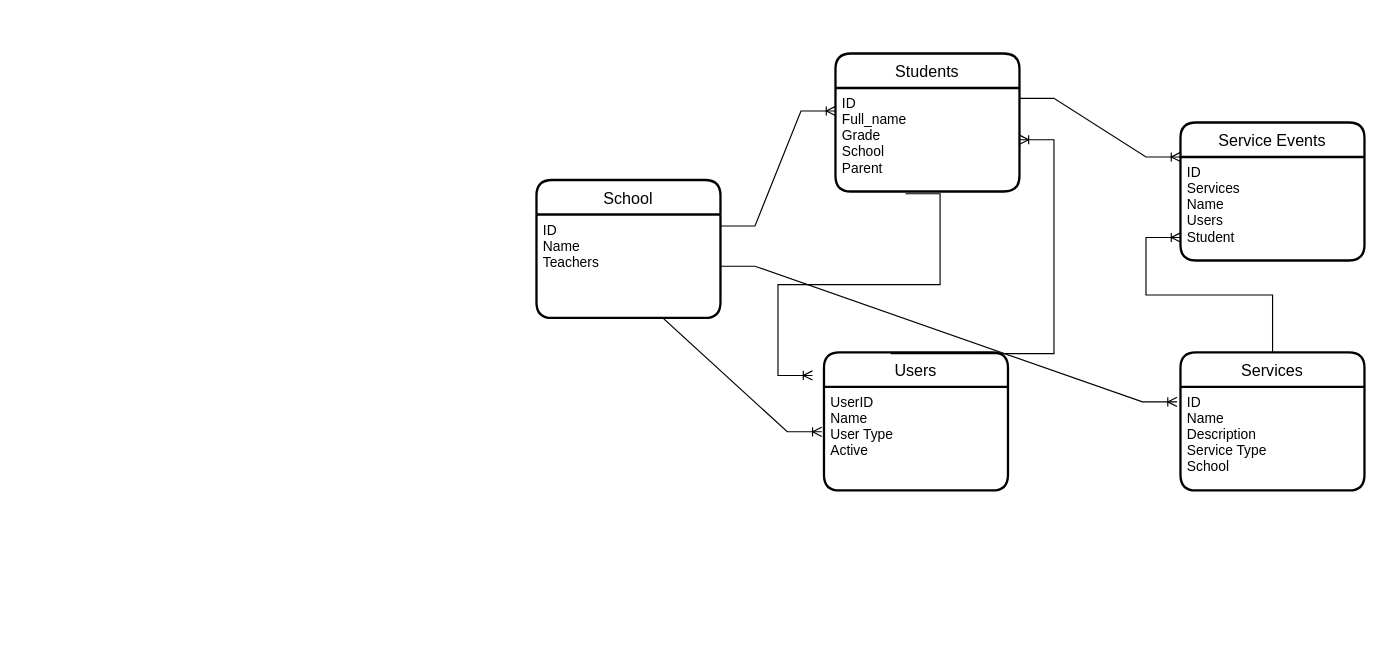
Above: page "Page-2" (2 of 3) of TestResults-5.0.x/Untitled Diagram.drawio in Muruganandhu/Taleo (draw.io), before the change. Source tidied: cells renumbered, new cells numbered last; positions are measured from the earlier drawing's top-left corner, leaving out a move shared by most shapes. Both pictures are drawn from the tidied source at 115%, with x=0, y=0 at pixel (536, 53).
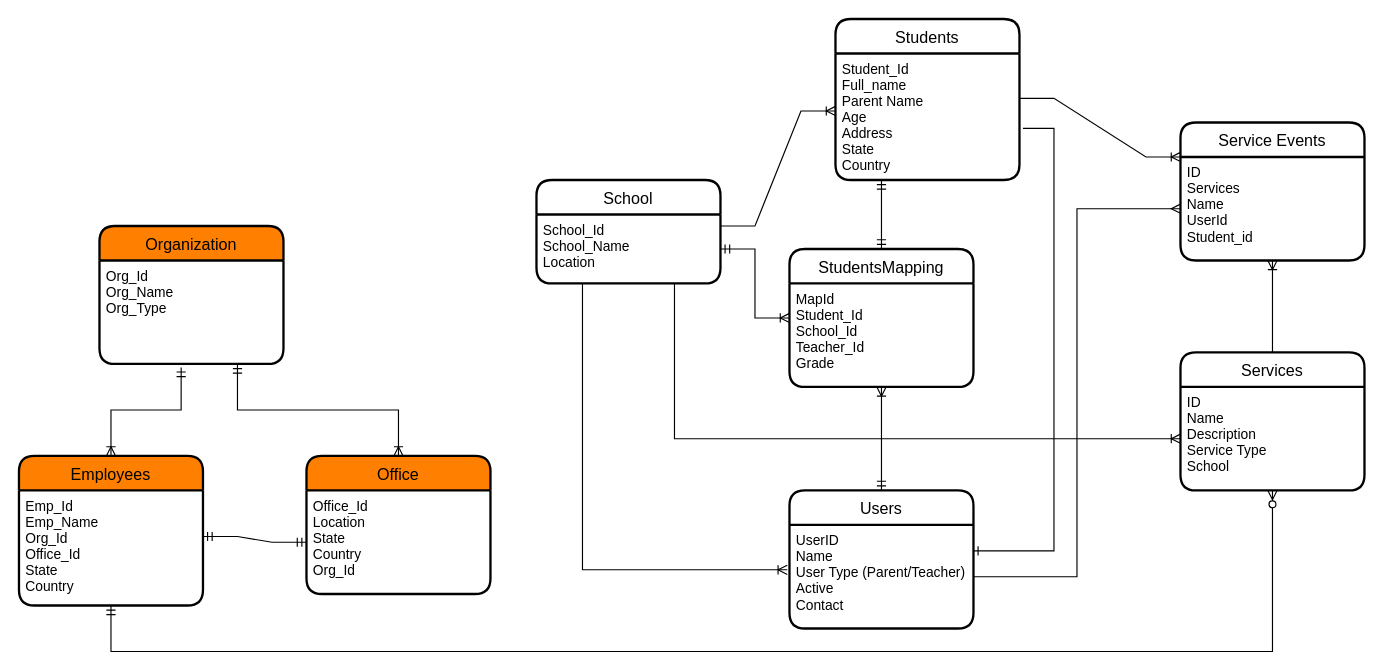
The same diagram, later.

The change refers to these unchanged cells:
```xml
<mxCell id="4" value="Services" style="swimlane;horizontal=1;startSize=30;rounded=1;fontSize=14;fontStyle=0;strokeWidth=2;shadow=0;dashed=0;align=center;" parent="1" vertex="1">
  <mxGeometry x="560" y="260" width="160" height="120" as="geometry" />
</mxCell>
<mxCell id="5" value="ID&#10;Name&#10;Description&#10;Service Type&#10;School" style="align=left;strokeColor=none;fillColor=none;spacingLeft=4;fontSize=12;verticalAlign=top;" parent="4" vertex="1">
  <mxGeometry y="30" width="160" height="90" as="geometry" />
</mxCell>
<mxCell id="10" value="Service Events" style="swimlane;horizontal=1;startSize=30;rounded=1;fontSize=14;fontStyle=0;strokeWidth=2;shadow=0;dashed=0;align=center;" parent="1" vertex="1">
  <mxGeometry x="560" y="60" width="160" height="120" as="geometry" />
</mxCell>
```

Diff of the diagram source:
```diff
@@
     <mxCell id="2" value="School" style="swimlane;horizontal=1;startSize=30;rounded=1;fontSize=14;fontStyle=0;strokeWidth=2;shadow=0;dashed=0;align=center;" parent="1" vertex="1">
-      <mxGeometry y="110" width="160" height="120" as="geometry" />
+      <mxGeometry y="110" width="160" height="90" as="geometry" />
     </mxCell>
-    <mxCell id="3" value="ID&#10;Name&#10;Teachers" style="align=left;strokeColor=none;fillColor=none;spacingLeft=4;fontSize=12;verticalAlign=top;" parent="2" vertex="1">
-      <mxGeometry y="30" width="160" height="90" as="geometry" />
+    <mxCell id="3" value="School_Id&#10;School_Name&#10;Location" style="align=left;strokeColor=none;fillColor=none;spacingLeft=4;fontSize=12;verticalAlign=top;" parent="2" vertex="1">
+      <mxGeometry y="30" width="160" height="60" as="geometry" />
     </mxCell>
@@
     <mxCell id="6" value="Students" style="swimlane;horizontal=1;startSize=30;rounded=1;fontSize=14;fontStyle=0;strokeWidth=2;shadow=0;dashed=0;align=center;" parent="1" vertex="1">
-      <mxGeometry x="260" width="160" height="120" as="geometry" />
+      <mxGeometry x="260" y="-30" width="160" height="140" as="geometry" />
     </mxCell>
-    <mxCell id="7" value="ID&#10;Full_name&#10;Grade&#10;School&#10;Parent" style="align=left;strokeColor=none;fillColor=none;spacingLeft=4;fontSize=12;verticalAlign=top;" parent="6" vertex="1">
-      <mxGeometry y="30" width="160" height="90" as="geometry" />
+    <mxCell id="7" value="Student_Id&#10;Full_name&#10;Parent Name&#10;Age&#10;Address&#10;State&#10;Country" style="align=left;strokeColor=none;fillColor=none;spacingLeft=4;fontSize=12;verticalAlign=top;" parent="6" vertex="1">
+      <mxGeometry y="30" width="160" height="110" as="geometry" />
     </mxCell>
     <mxCell id="8" value="Users" style="swimlane;horizontal=1;startSize=30;rounded=1;fontSize=14;fontStyle=0;strokeWidth=2;shadow=0;dashed=0;align=center;" parent="1" vertex="1">
-      <mxGeometry x="250" y="260" width="160" height="120" as="geometry" />
+      <mxGeometry x="220" y="380" width="160" height="120" as="geometry" />
     </mxCell>
-    <mxCell id="9" value="UserID&#10;Name&#10;User Type&#10;Active" style="align=left;strokeColor=none;fillColor=none;spacingLeft=4;fontSize=12;verticalAlign=top;" parent="8" vertex="1">
+    <mxCell id="9" value="UserID&#10;Name&#10;User Type (Parent/Teacher)&#10;Active&#10;Contact" style="align=left;strokeColor=none;fillColor=none;spacingLeft=4;fontSize=12;verticalAlign=top;" parent="8" vertex="1">
       <mxGeometry y="30" width="160" height="90" as="geometry" />
     </mxCell>
@@
-    <mxCell id="11" value="ID&#10;Services&#10;Name&#10;Users&#10;Student" style="align=left;strokeColor=none;fillColor=none;spacingLeft=4;fontSize=12;verticalAlign=top;" parent="10" vertex="1">
+    <mxCell id="11" value="ID&#10;Services&#10;Name&#10;UserId&#10;Student_id" style="align=left;strokeColor=none;fillColor=none;spacingLeft=4;fontSize=12;verticalAlign=top;" parent="10" vertex="1">
       <mxGeometry y="30" width="160" height="90" as="geometry" />
     </mxCell>
@@
-    <mxCell id="13" style="edgeStyle=entityRelationEdgeStyle;fontSize=12;html=1;endArrow=ERoneToMany;rounded=0;exitX=0.363;exitY=0.008;exitDx=0;exitDy=0;exitPerimeter=0;" parent="1" edge="1" source="8" target="7">
-      <mxGeometry relative="1" as="geometry" />
-    </mxCell>
-    <mxCell id="14" style="edgeStyle=entityRelationEdgeStyle;fontSize=12;html=1;endArrow=ERoneToMany;rounded=0;entryX=-0.012;entryY=0.433;entryDx=0;entryDy=0;entryPerimeter=0;exitX=0.5;exitY=1;exitDx=0;exitDy=0;" parent="1" edge="1" source="3" target="9">
-      <mxGeometry relative="1" as="geometry" />
+    <mxCell id="14" style="edgeStyle=elbowEdgeStyle;fontSize=12;html=1;endArrow=ERoneToMany;rounded=0;entryX=-0.012;entryY=0.433;entryDx=0;entryDy=0;entryPerimeter=0;exitX=0.25;exitY=1;exitDx=0;exitDy=0;" parent="1" edge="1" source="3" target="9">
+      <mxGeometry relative="1" as="geometry">
+        <Array as="points">
+          <mxPoint x="40" y="340" />
+        </Array>
+      </mxGeometry>
     </mxCell>
@@
-    <mxCell id="16" style="edgeStyle=entityRelationEdgeStyle;fontSize=12;html=1;endArrow=ERoneToMany;rounded=0;exitX=0.313;exitY=0;exitDx=0;exitDy=0;exitPerimeter=0;" parent="1" edge="1" source="4">
-      <mxGeometry relative="1" as="geometry">
-        <mxPoint x="560" y="160" as="targetPoint" />
-      </mxGeometry>
+    <mxCell id="16" style="edgeStyle=orthogonalEdgeStyle;fontSize=12;html=1;endArrow=ERoneToMany;rounded=0;exitX=0.5;exitY=0;exitDx=0;exitDy=0;entryX=0.5;entryY=1;entryDx=0;entryDy=0;" parent="1" edge="1" source="4" target="11">
+      <mxGeometry relative="1" as="geometry" />
     </mxCell>
-    <mxCell id="17" style="edgeStyle=entityRelationEdgeStyle;fontSize=12;html=1;endArrow=ERoneToMany;rounded=0;exitX=1;exitY=0.5;exitDx=0;exitDy=0;entryX=-0.019;entryY=0.144;entryDx=0;entryDy=0;entryPerimeter=0;" parent="1" edge="1" source="3" target="5">
-      <mxGeometry relative="1" as="geometry" />
+    <mxCell id="17" style="edgeStyle=elbowEdgeStyle;fontSize=12;html=1;endArrow=ERoneToMany;rounded=0;exitX=0.75;exitY=1;exitDx=0;exitDy=0;elbow=vertical;entryX=0;entryY=0.5;entryDx=0;entryDy=0;" parent="1" edge="1" source="3" target="5">
+      <mxGeometry relative="1" as="geometry">
+        <Array as="points">
+          <mxPoint x="350" y="335" />
+        </Array>
+      </mxGeometry>
     </mxCell>
-    <mxCell id="18" style="edgeStyle=entityRelationEdgeStyle;fontSize=12;html=1;endArrow=ERoneToMany;rounded=0;exitX=0.381;exitY=1.022;exitDx=0;exitDy=0;exitPerimeter=0;" parent="1" edge="1" source="7">
-      <mxGeometry relative="1" as="geometry">
-        <mxPoint x="240" y="280" as="targetPoint" />
-      </mxGeometry>
-    </mxCell>
+    <mxCell id="19" value="Organization" style="swimlane;horizontal=1;startSize=30;rounded=1;fontSize=14;fontStyle=0;strokeWidth=2;shadow=0;dashed=0;align=center;fillColor=#FF8000;" parent="1" vertex="1">
+      <mxGeometry x="-380" y="150" width="160" height="120" as="geometry" />
+    </mxCell>
+    <mxCell id="20" value="Org_Id&#10;Org_Name&#10;Org_Type" style="align=left;strokeColor=none;fillColor=none;spacingLeft=4;fontSize=12;verticalAlign=top;" parent="19" vertex="1">
+      <mxGeometry y="30" width="160" height="90" as="geometry" />
+    </mxCell>
+    <mxCell id="21" value="Employees" style="swimlane;horizontal=1;startSize=30;rounded=1;fontSize=14;fontStyle=0;strokeWidth=2;shadow=0;dashed=0;align=center;fillColor=#FF8000;" parent="1" vertex="1">
+      <mxGeometry x="-450" y="350" width="160" height="130" as="geometry" />
+    </mxCell>
+    <mxCell id="22" value="Emp_Id&#10;Emp_Name&#10;Org_Id&#10;Office_Id&#10;State&#10;Country" style="align=left;strokeColor=none;fillColor=none;spacingLeft=4;fontSize=12;verticalAlign=top;" parent="21" vertex="1">
+      <mxGeometry y="30" width="160" height="100" as="geometry" />
+    </mxCell>
+    <mxCell id="23" value="Office" style="swimlane;horizontal=1;startSize=30;rounded=1;fontSize=14;fontStyle=0;strokeWidth=2;shadow=0;dashed=0;align=center;fillColor=#FF8000;" parent="1" vertex="1">
+      <mxGeometry x="-200" y="350" width="160" height="120" as="geometry" />
+    </mxCell>
+    <mxCell id="24" value="Office_Id&#10;Location&#10;State&#10;Country&#10;Org_Id" style="align=left;strokeColor=none;fillColor=none;spacingLeft=4;fontSize=12;verticalAlign=top;" parent="23" vertex="1">
+      <mxGeometry y="30" width="160" height="90" as="geometry" />
+    </mxCell>
+    <mxCell id="25" style="edgeStyle=orthogonalEdgeStyle;fontSize=12;html=1;endArrow=ERoneToMany;startArrow=ERmandOne;rounded=0;exitX=0.75;exitY=1;exitDx=0;exitDy=0;entryX=0.5;entryY=0;entryDx=0;entryDy=0;" parent="1" edge="1" source="20" target="23">
+      <mxGeometry relative="1" as="geometry" />
+    </mxCell>
+    <mxCell id="26" style="edgeStyle=orthogonalEdgeStyle;fontSize=12;html=1;endArrow=ERoneToMany;startArrow=ERmandOne;rounded=0;entryX=0.5;entryY=0;entryDx=0;entryDy=0;exitX=0.444;exitY=1.033;exitDx=0;exitDy=0;exitPerimeter=0;" parent="1" edge="1" source="20" target="21">
+      <mxGeometry relative="1" as="geometry" />
+    </mxCell>
+    <mxCell id="27" style="edgeStyle=entityRelationEdgeStyle;fontSize=12;html=1;endArrow=ERmandOne;startArrow=ERmandOne;rounded=0;exitX=1;exitY=0.4;exitDx=0;exitDy=0;exitPerimeter=0;entryX=0;entryY=0.5;entryDx=0;entryDy=0;" parent="1" edge="1" source="22" target="24">
+      <mxGeometry relative="1" as="geometry" />
+    </mxCell>
+    <mxCell id="28" value="StudentsMapping" style="swimlane;horizontal=1;startSize=30;rounded=1;fontSize=14;fontStyle=0;strokeWidth=2;shadow=0;dashed=0;align=center;" parent="1" vertex="1">
+      <mxGeometry x="220" y="170" width="160" height="120" as="geometry" />
+    </mxCell>
+    <mxCell id="29" value="MapId&#10;Student_Id&#10;School_Id&#10;Teacher_Id&#10;Grade" style="align=left;strokeColor=none;fillColor=none;spacingLeft=4;fontSize=12;verticalAlign=top;" parent="28" vertex="1">
+      <mxGeometry y="30" width="160" height="90" as="geometry" />
+    </mxCell>
+    <mxCell id="30" style="fontSize=12;html=1;endArrow=ERoneToMany;startArrow=ERmandOne;rounded=0;exitX=0.5;exitY=0;exitDx=0;exitDy=0;entryX=0.5;entryY=1;entryDx=0;entryDy=0;" parent="1" edge="1" source="8" target="29">
+      <mxGeometry relative="1" as="geometry" />
+    </mxCell>
+    <mxCell id="31" style="edgeStyle=orthogonalEdgeStyle;fontSize=12;html=1;endArrow=ERmandOne;startArrow=ERmandOne;rounded=0;entryX=0.25;entryY=1;entryDx=0;entryDy=0;exitX=0.5;exitY=0;exitDx=0;exitDy=0;" parent="1" edge="1" source="28" target="7">
+      <mxGeometry relative="1" as="geometry" />
+    </mxCell>
+    <mxCell id="32" style="edgeStyle=entityRelationEdgeStyle;fontSize=12;html=1;endArrow=ERoneToMany;startArrow=ERmandOne;rounded=0;exitX=1;exitY=0.5;exitDx=0;exitDy=0;entryX=0;entryY=0.5;entryDx=0;entryDy=0;" parent="1" edge="1" source="3" target="28">
+      <mxGeometry relative="1" as="geometry" />
+    </mxCell>
+    <mxCell id="33" style="edgeStyle=orthogonalEdgeStyle;fontSize=12;html=1;endArrow=ERzeroToMany;startArrow=ERmandOne;rounded=0;exitX=0.5;exitY=1;exitDx=0;exitDy=0;entryX=0.5;entryY=1;entryDx=0;entryDy=0;" parent="1" edge="1" source="22" target="5">
+      <mxGeometry relative="1" as="geometry">
+        <Array as="points">
+          <mxPoint x="-370" y="520" />
+          <mxPoint x="640" y="520" />
+        </Array>
+      </mxGeometry>
+    </mxCell>
+    <mxCell id="34" style="edgeStyle=orthogonalEdgeStyle;fontSize=12;html=1;endArrow=ERone;endFill=1;rounded=0;entryX=1;entryY=0.25;entryDx=0;entryDy=0;exitX=1.019;exitY=0.592;exitDx=0;exitDy=0;exitPerimeter=0;" parent="1" edge="1" source="7" target="9">
+      <mxGeometry relative="1" as="geometry">
+        <Array as="points">
+          <mxPoint x="450" y="65" />
+          <mxPoint x="450" y="433" />
+        </Array>
+      </mxGeometry>
+    </mxCell>
+    <mxCell id="35" style="edgeStyle=orthogonalEdgeStyle;fontSize=12;html=1;endArrow=ERmany;rounded=0;entryX=0;entryY=0.5;entryDx=0;entryDy=0;exitX=1;exitY=0.5;exitDx=0;exitDy=0;" parent="1" edge="1" source="9" target="11">
+      <mxGeometry relative="1" as="geometry" />
+    </mxCell>
```
